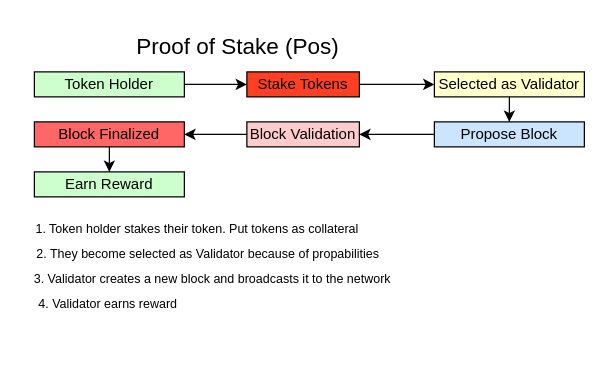
SifisoMzansi/architecture-diagrams keeps this draw.io diagram as ProofOfStake.drawio. Above is the earlier version. Source tidied: cells renumbered, new cells numbered last; positions are measured from the earlier drawing's top-left corner, leaving out a move shared by most shapes. Both pictures are drawn from the tidied source at 125%, with x=0, y=0 at pixel (21, 21).
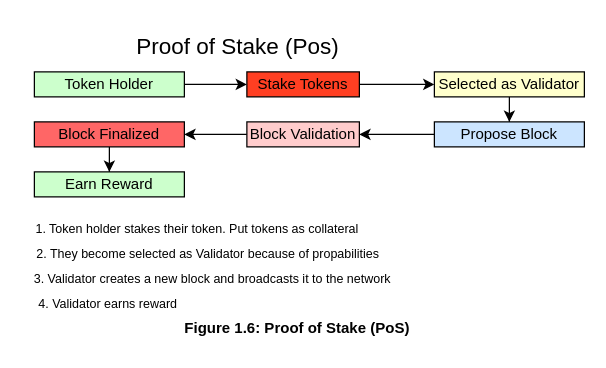
Above is the later version.

Change to the diagram source:
```diff
@@
+    <mxCell id="20" value="&lt;b&gt;Figure 1.6: Proof of Stake (PoS)&lt;/b&gt;" style="text;html=1;align=center;verticalAlign=middle;strokeColor=none;fillColor=none;" parent="1" vertex="1">
+      <mxGeometry x="120" y="230" width="200" height="30" as="geometry" />
+    </mxCell>
```
